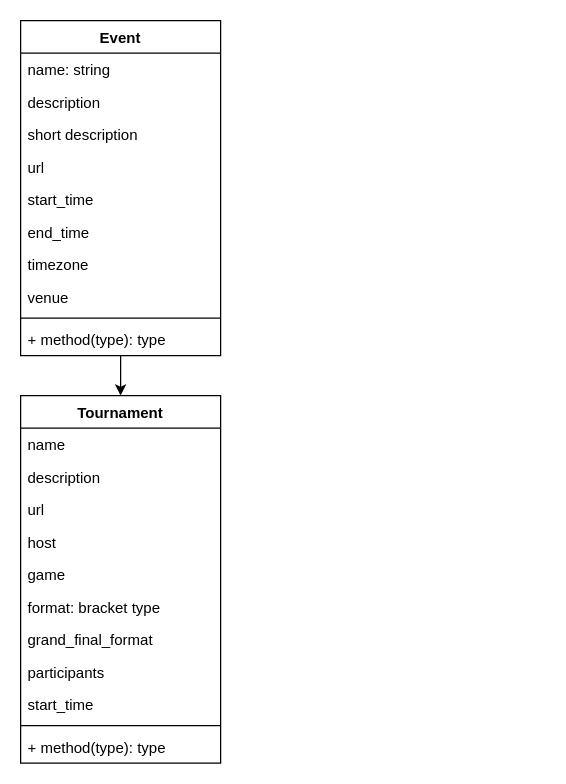
Above: tournament structure.drawio in ehendrickson2/agon (draw.io), before the change. Source tidied: cells renumbered, new cells numbered last; positions are measured from the earlier drawing's top-left corner, leaving out a move shared by most shapes. Both pictures are drawn from the tidied source at 125%, with x=0, y=0 at pixel (20, 20).
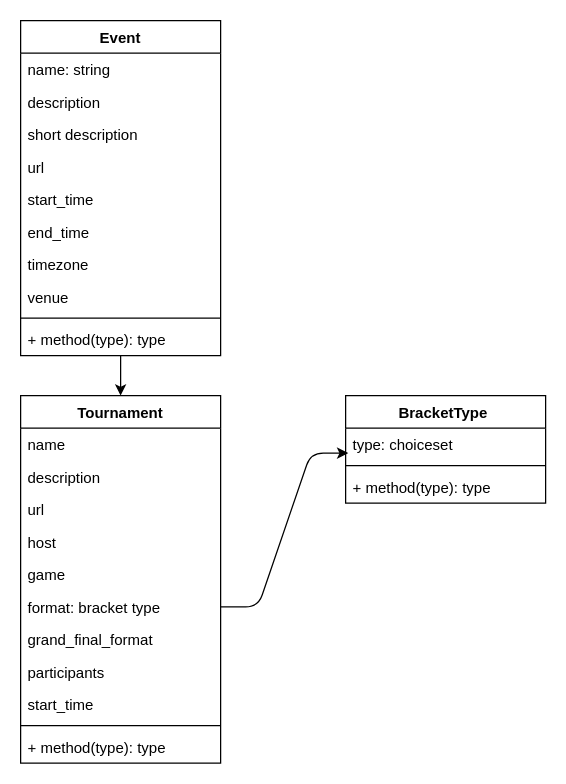
The same diagram, later.

Commit message (it also covers changes not shown here):
Build out tournament models more, add Rounds, Matches, and Participants

The change refers to these unchanged cells:
```xml
<mxCell id="20" value="format: bracket type" style="text;strokeColor=none;fillColor=none;align=left;verticalAlign=top;spacingLeft=4;spacingRight=4;overflow=hidden;points=[[0,0.5],[1,0.5]];portConstraint=eastwest;" parent="14" vertex="1">
  <mxGeometry y="156" width="160" height="26" as="geometry" />
</mxCell>
```

Change to the diagram source:
```diff
@@
+    <mxCell id="26" value="BracketType " style="swimlane;fontStyle=1;align=center;verticalAlign=top;horizontal=1;startSize=26;" parent="1" vertex="1">
+      <mxGeometry x="260" y="300" width="160" height="86" as="geometry" />
+    </mxCell>
+    <mxCell id="27" value="type: choiceset" style="text;strokeColor=none;fillColor=none;align=left;verticalAlign=top;spacingLeft=4;spacingRight=4;overflow=hidden;points=[[0,0.5],[1,0.5]];portConstraint=eastwest;" parent="26" vertex="1">
+      <mxGeometry y="26" width="160" height="26" as="geometry" />
+    </mxCell>
+    <mxCell id="28" style="line;strokeWidth=1;fillColor=none;align=left;verticalAlign=middle;spacingTop=-1;spacingLeft=3;spacingRight=3;labelPosition=right;strokeColor=inherit;" parent="26" vertex="1">
+      <mxGeometry y="52" width="160" height="8" as="geometry" />
+    </mxCell>
+    <mxCell id="29" value="+ method(type): type" style="text;strokeColor=none;fillColor=none;align=left;verticalAlign=top;spacingLeft=4;spacingRight=4;overflow=hidden;" parent="26" vertex="1">
+      <mxGeometry y="60" width="160" height="26" as="geometry" />
+    </mxCell>
+    <mxCell id="30" style="edgeStyle=entityRelationEdgeStyle;html=1;entryX=0.013;entryY=0.769;entryDx=0;entryDy=0;entryPerimeter=0;elbow=vertical;" parent="1" edge="1" source="20" target="27">
+      <mxGeometry relative="1" as="geometry" />
+    </mxCell>
```
